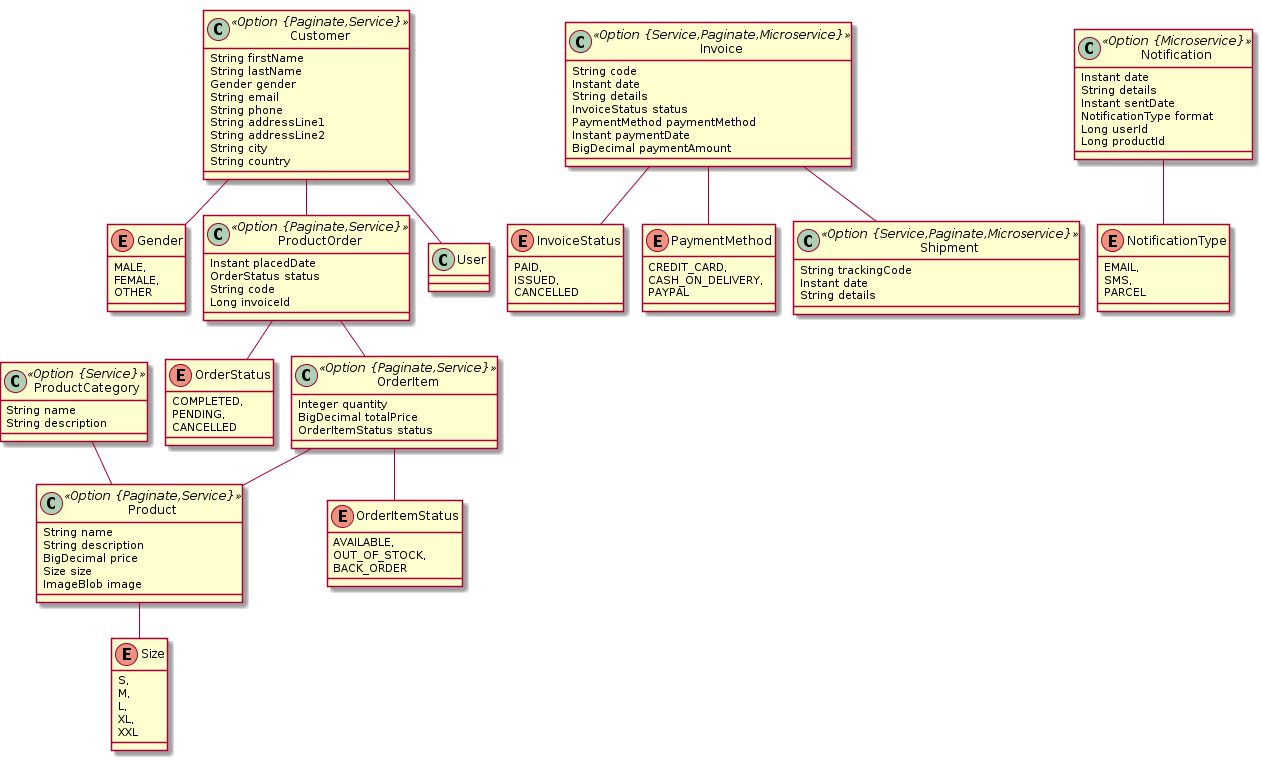
This is app.png from xebialabs/e-commerce-microservice, a PlantUML export, as it was before one commit.
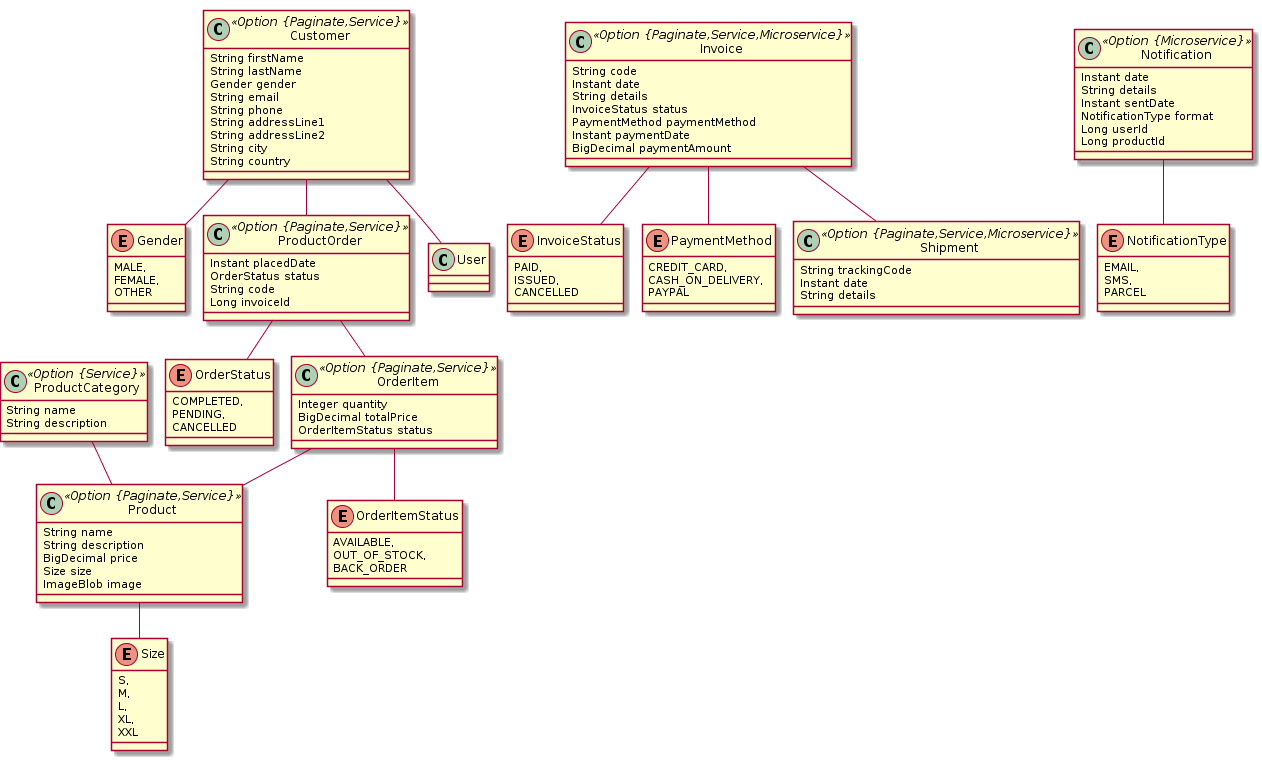
Above is the later version.

What changed in the source:
```diff
@@ -65,7 +65,7 @@
 	Customer  "order 0..1 " --o "customer(email)  1..* "  ProductOrder
 	ProductOrder  "orderItem 0..1 " --o "order(code)  1..* "  OrderItem
 	ProductCategory  "product 0..1 " --o "productCategory(name) 0..* "  Product
-	class Invoice <<Option {Service,Paginate,Microservice}>> {
+	class Invoice <<Option {Paginate,Service,Microservice}>> {
 		String code
 		Instant date
 		String details
@@ -81,7 +81,7 @@
 		ISSUED,
 		CANCELLED
 	}
-	class Shipment <<Option {Service,Paginate,Microservice}>> {
+	class Shipment <<Option {Paginate,Service,Microservice}>> {
 		String trackingCode
 		Instant date
 		String details
```
